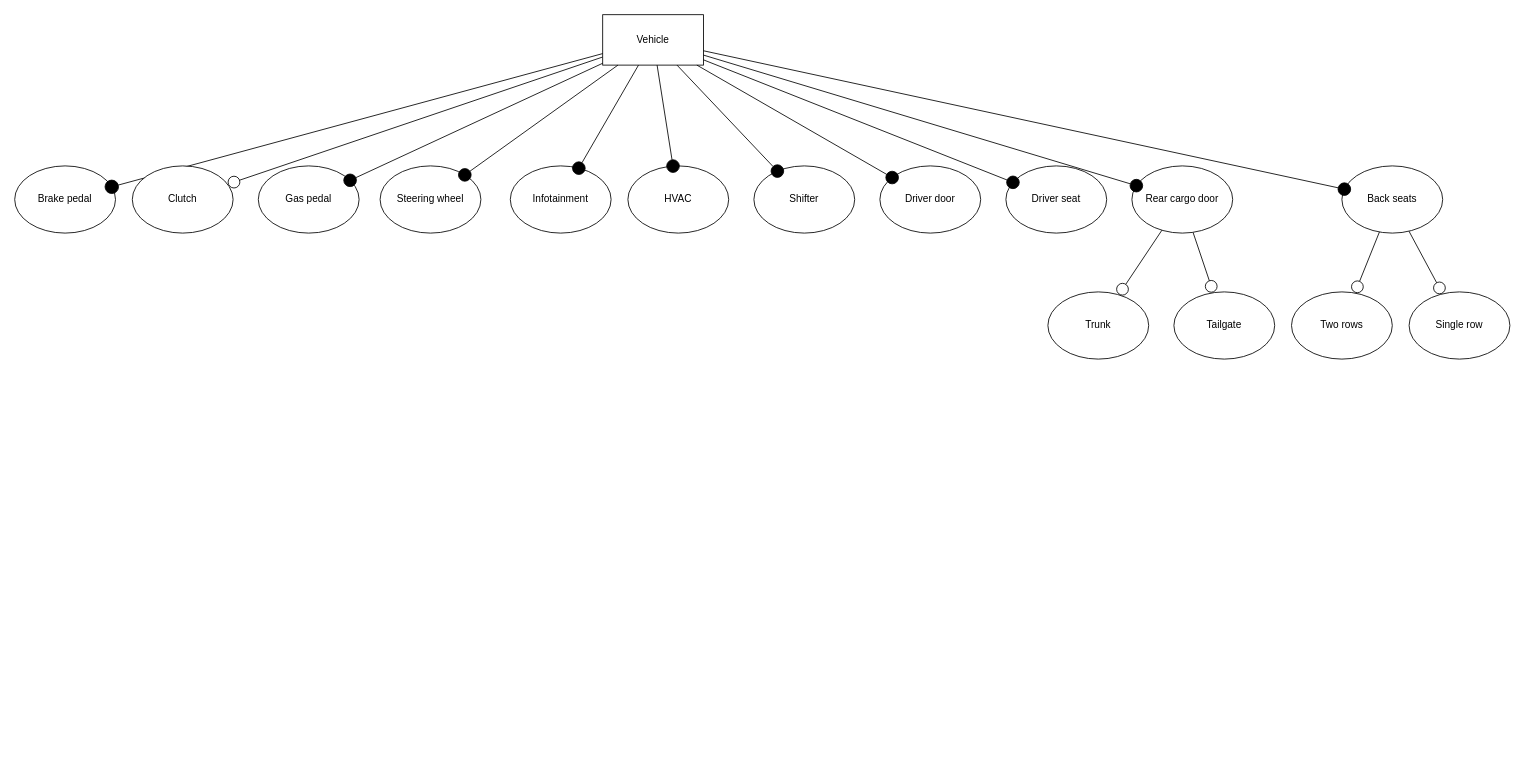
t-chiang/PhD_Thesis keeps this draw.io diagram as page "Feature_Model" (3 of 3) of Figures/Thesis_Models.drawio. Above is the earlier version. Source tidied: cells renumbered, new cells numbered last; positions are measured from the earlier drawing's top-left corner, leaving out a move shared by most shapes. Both pictures are drawn from the tidied source at 84%, with x=0, y=0 at pixel (14, 14).
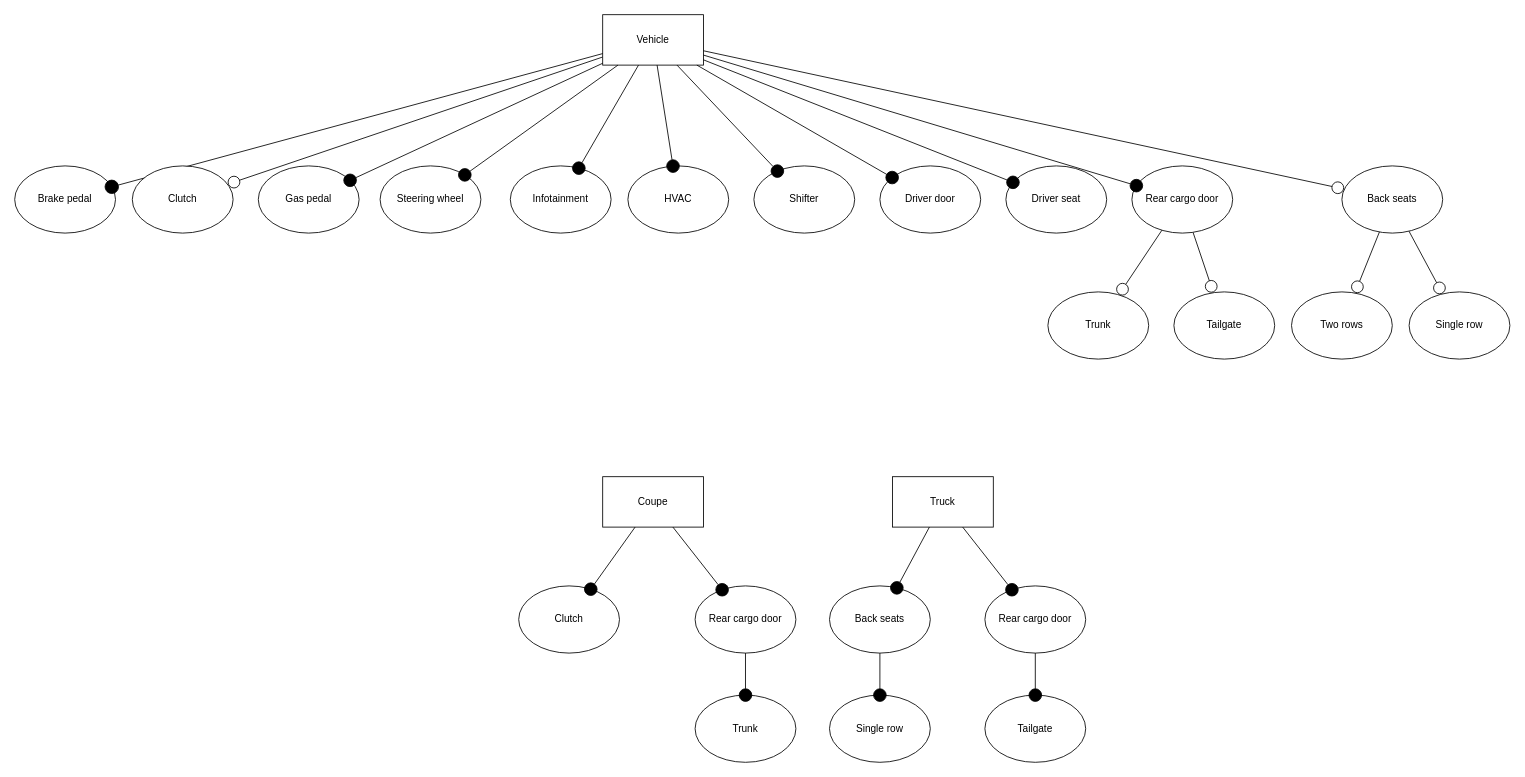
The same diagram, later.

The change refers to these unchanged cells:
```xml
<mxCell id="3" value="Vehicle" style="rounded=0;whiteSpace=wrap;html=1;" parent="1" vertex="1">
  <mxGeometry x="700" width="120" height="60" as="geometry" />
</mxCell>
<mxCell id="19" value="Back seats" style="ellipse;whiteSpace=wrap;html=1;" parent="1" vertex="1">
  <mxGeometry x="1580" y="180" width="120" height="80" as="geometry" />
</mxCell>
```

Change to the diagram source:
```diff
@@
-    <mxCell id="31" style="edgeStyle=none;rounded=0;jettySize=auto;html=1;endArrow=oval;endFill=1;endSize=15;" parent="1" edge="1" source="3" target="19">
+    <mxCell id="31" style="edgeStyle=none;rounded=0;jettySize=auto;html=1;endArrow=circle;endFill=0;endSize=6;" parent="1" edge="1" source="3" target="19">
       <mxGeometry relative="1" as="geometry" />
     </mxCell>
@@
+    <mxCell id="33" value="Coupe" style="rounded=0;whiteSpace=wrap;html=1;" parent="1" vertex="1">
+      <mxGeometry x="700" y="550" width="120" height="60" as="geometry" />
+    </mxCell>
+    <mxCell id="34" value="Clutch" style="ellipse;whiteSpace=wrap;html=1;" parent="1" vertex="1">
+      <mxGeometry x="600" y="680" width="120" height="80" as="geometry" />
+    </mxCell>
+    <mxCell id="35" style="edgeStyle=none;rounded=0;jettySize=auto;html=1;endArrow=oval;endFill=1;endSize=15;" parent="1" edge="1" source="33" target="34">
+      <mxGeometry relative="1" as="geometry" />
+    </mxCell>
+    <mxCell id="36" value="Rear cargo door" style="ellipse;whiteSpace=wrap;html=1;" parent="1" vertex="1">
+      <mxGeometry x="810" y="680" width="120" height="80" as="geometry" />
+    </mxCell>
+    <mxCell id="37" value="Trunk" style="ellipse;whiteSpace=wrap;html=1;" parent="1" vertex="1">
+      <mxGeometry x="810" y="810" width="120" height="80" as="geometry" />
+    </mxCell>
+    <mxCell id="38" style="edgeStyle=none;rounded=0;jettySize=auto;html=1;endArrow=oval;endFill=1;endSize=15;" parent="1" edge="1" source="33" target="36">
+      <mxGeometry relative="1" as="geometry" />
+    </mxCell>
+    <mxCell id="39" style="edgeStyle=none;rounded=0;jettySize=auto;html=1;endArrow=oval;endFill=1;endSize=15;" parent="1" edge="1" source="36" target="37">
+      <mxGeometry relative="1" as="geometry" />
+    </mxCell>
+    <mxCell id="40" value="Truck" style="rounded=0;whiteSpace=wrap;html=1;" parent="1" vertex="1">
+      <mxGeometry x="1045" y="550" width="120" height="60" as="geometry" />
+    </mxCell>
+    <mxCell id="41" value="Rear cargo door" style="ellipse;whiteSpace=wrap;html=1;" parent="1" vertex="1">
+      <mxGeometry x="1155" y="680" width="120" height="80" as="geometry" />
+    </mxCell>
+    <mxCell id="42" value="Tailgate" style="ellipse;whiteSpace=wrap;html=1;" parent="1" vertex="1">
+      <mxGeometry x="1155" y="810" width="120" height="80" as="geometry" />
+    </mxCell>
+    <mxCell id="43" style="edgeStyle=none;rounded=0;jettySize=auto;html=1;endArrow=oval;endFill=1;endSize=15;" parent="1" edge="1" source="40" target="41">
+      <mxGeometry relative="1" as="geometry" />
+    </mxCell>
+    <mxCell id="44" style="edgeStyle=none;rounded=0;jettySize=auto;html=1;endArrow=oval;endFill=1;endSize=15;" parent="1" edge="1" source="41" target="42">
+      <mxGeometry relative="1" as="geometry" />
+    </mxCell>
+    <mxCell id="45" value="Back seats" style="ellipse;whiteSpace=wrap;html=1;" parent="1" vertex="1">
+      <mxGeometry x="970" y="680" width="120" height="80" as="geometry" />
+    </mxCell>
+    <mxCell id="46" value="Single row" style="ellipse;whiteSpace=wrap;html=1;" parent="1" vertex="1">
+      <mxGeometry x="970" y="810" width="120" height="80" as="geometry" />
+    </mxCell>
+    <mxCell id="47" style="edgeStyle=none;rounded=0;jettySize=auto;html=1;endArrow=oval;endFill=1;endSize=15;" parent="1" edge="1" source="40" target="45">
+      <mxGeometry relative="1" as="geometry" />
+    </mxCell>
+    <mxCell id="48" style="edgeStyle=none;rounded=0;jettySize=auto;html=1;endArrow=oval;endFill=1;endSize=15;" parent="1" edge="1" source="45" target="46">
+      <mxGeometry relative="1" as="geometry" />
+    </mxCell>
```
